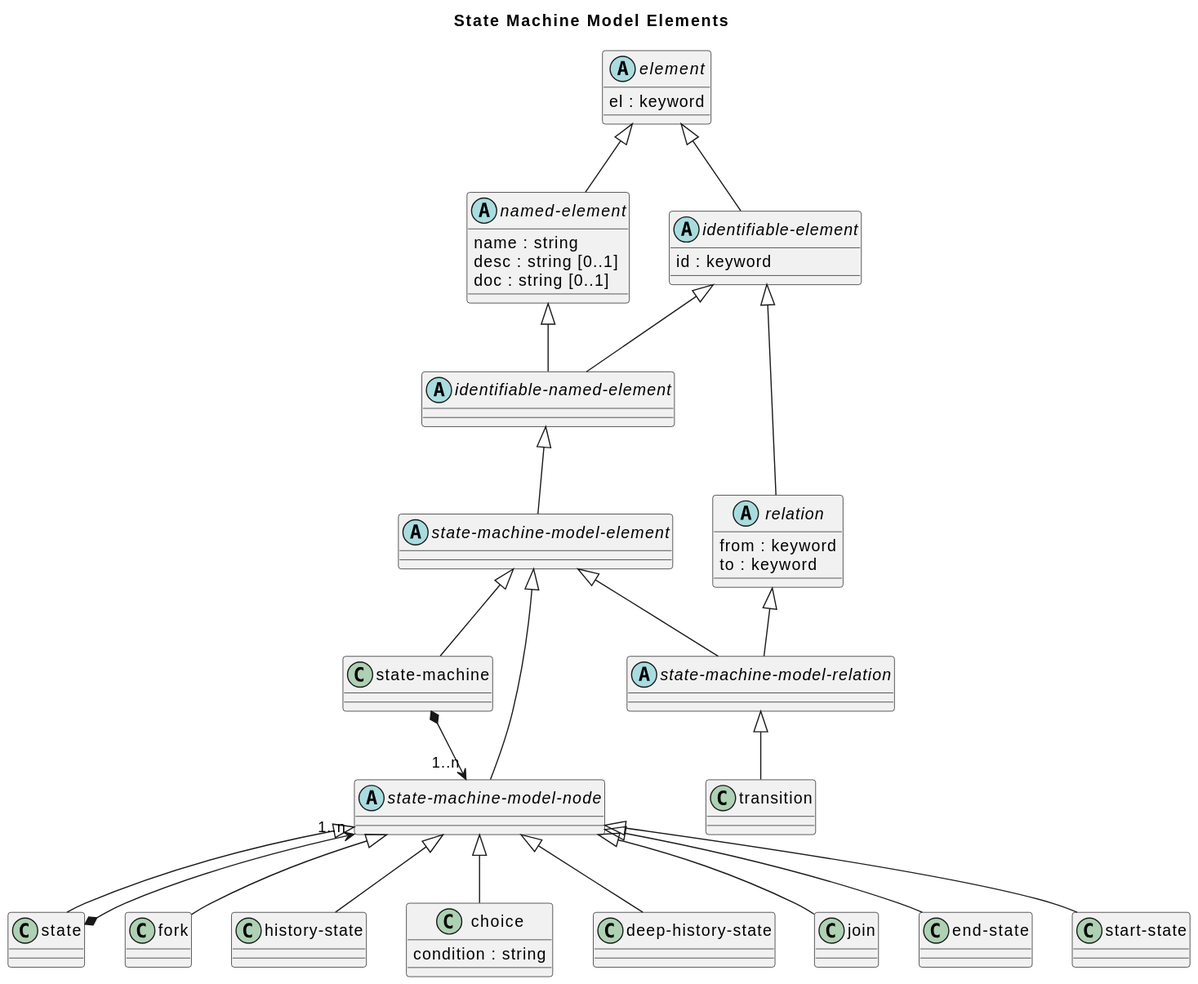
Earlier version of the PlantUML export doc/images/overarch/data-model/state-machine-model-elements.svg (soulspace-org/overarch).
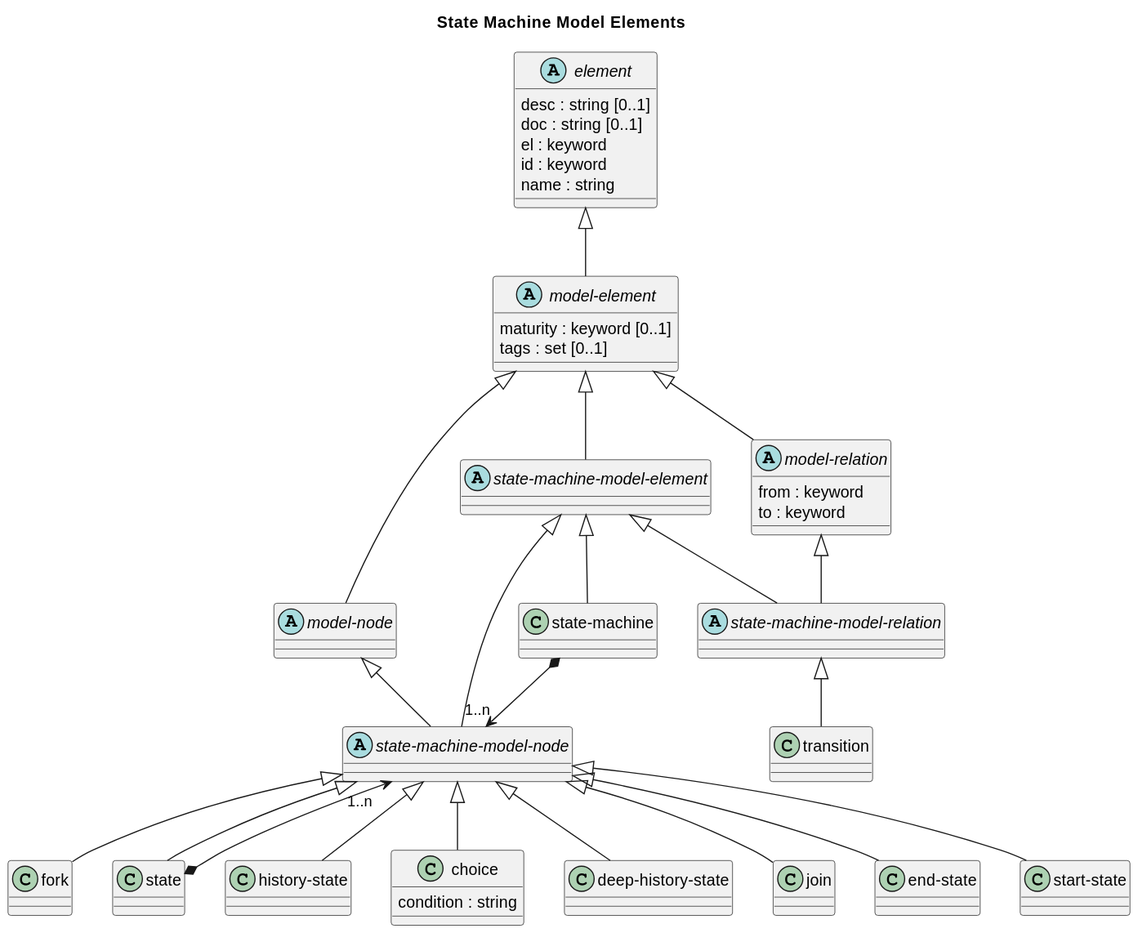
After the commit.

Commit message:
updated data-model diagrams

What changed in the source:
```diff
@@ -3,54 +3,53 @@
 
 class "fork" as overarch_dataModel_fork {}
 class "state-machine" as overarch_dataModel_stateMachine {}
-abstract class "identifiable-named-element" as overarch_dataModel_identifiableNamedElement {}
+abstract class "element" as overarch_dataModel_element {
+  desc : string [0..1]
+  doc : string [0..1]
+  el : keyword
+  id : keyword
+  name : string
+}
 class "history-state" as overarch_dataModel_historyState {}
 abstract class "state-machine-model-element" as overarch_dataModel_stateMachineModelElement {}
-abstract class "element" as overarch_dataModel_element {
-  el : keyword
-}
 class "choice" as overarch_dataModel_choice {
   condition : string
 }
 class "deep-history-state" as overarch_dataModel_deepHistoryState {}
-abstract class "relation" as overarch_dataModel_relation {
+class "state" as overarch_dataModel_state {}
+abstract class "model-node" as overarch_dataModel_modelNode {}
+abstract class "model-relation" as overarch_dataModel_modelRelation {
   from : keyword
   to : keyword
 }
-class "state" as overarch_dataModel_state {}
-abstract class "named-element" as overarch_dataModel_namedElement {
-  name : string
-  desc : string [0..1]
-  doc : string [0..1]
+abstract class "state-machine-model-relation" as overarch_dataModel_stateMachineModelRelation {}
+abstract class "model-element" as overarch_dataModel_modelElement {
+  maturity : keyword [0..1]
+  tags : set [0..1]
 }
-abstract class "identifiable-element" as overarch_dataModel_identifiableElement {
-  id : keyword
-}
-abstract class "state-machine-model-relation" as overarch_dataModel_stateMachineModelRelation {}
 class "transition" as overarch_dataModel_transition {}
 class "join" as overarch_dataModel_join {}
 class "end-state" as overarch_dataModel_endState {}
 abstract class "state-machine-model-node" as overarch_dataModel_stateMachineModelNode {}
 class "start-state" as overarch_dataModel_startState {}
-overarch_dataModel_element <|-- overarch_dataModel_identifiableElement
-overarch_dataModel_element <|-- overarch_dataModel_namedElement
-overarch_dataModel_identifiableElement <|-- overarch_dataModel_identifiableNamedElement
-overarch_dataModel_namedElement <|-- overarch_dataModel_identifiableNamedElement
-overarch_dataModel_identifiableElement <|-- overarch_dataModel_relation
-overarch_dataModel_identifiableNamedElement <|-- overarch_dataModel_stateMachineModelElement
-overarch_dataModel_stateMachineModelElement <|-- overarch_dataModel_stateMachineModelNode
-overarch_dataModel_stateMachineModelElement <|-- overarch_dataModel_stateMachineModelRelation
-overarch_dataModel_relation <|-- overarch_dataModel_stateMachineModelRelation
+overarch_dataModel_stateMachineModelNode <|-- overarch_dataModel_choice
+overarch_dataModel_element <|-- overarch_dataModel_modelElement
+overarch_dataModel_modelElement <|-- overarch_dataModel_modelNode
+overarch_dataModel_stateMachineModelRelation <|-- overarch_dataModel_transition
 overarch_dataModel_stateMachineModelElement <|-- overarch_dataModel_stateMachine
-overarch_dataModel_stateMachine *-->  "1..n" overarch_dataModel_stateMachineModelNode
-overarch_dataModel_stateMachineModelNode <|-- overarch_dataModel_startState
-overarch_dataModel_stateMachineModelNode <|-- overarch_dataModel_state
-overarch_dataModel_state *-->  "1..n" overarch_dataModel_stateMachineModelNode
 overarch_dataModel_stateMachineModelNode <|-- overarch_dataModel_endState
 overarch_dataModel_stateMachineModelNode <|-- overarch_dataModel_fork
+overarch_dataModel_modelElement <|-- overarch_dataModel_modelRelation
+overarch_dataModel_stateMachineModelNode <|-- overarch_dataModel_startState
+overarch_dataModel_modelElement <|-- overarch_dataModel_stateMachineModelElement
+overarch_dataModel_stateMachineModelNode <|-- overarch_dataModel_deepHistoryState
+overarch_dataModel_state *-->  "1..n" overarch_dataModel_stateMachineModelNode
+overarch_dataModel_modelRelation <|-- overarch_dataModel_stateMachineModelRelation
+overarch_dataModel_stateMachineModelElement <|-- overarch_dataModel_stateMachineModelRelation
+overarch_dataModel_stateMachine *-->  "1..n" overarch_dataModel_stateMachineModelNode
+overarch_dataModel_modelNode <|-- overarch_dataModel_stateMachineModelNode
+overarch_dataModel_stateMachineModelElement <|-- overarch_dataModel_stateMachineModelNode
+overarch_dataModel_stateMachineModelNode <|-- overarch_dataModel_historyState
+overarch_dataModel_stateMachineModelNode <|-- overarch_dataModel_state
 overarch_dataModel_stateMachineModelNode <|-- overarch_dataModel_join
-overarch_dataModel_stateMachineModelNode <|-- overarch_dataModel_choice
-overarch_dataModel_stateMachineModelNode <|-- overarch_dataModel_historyState
-overarch_dataModel_stateMachineModelNode <|-- overarch_dataModel_deepHistoryState
-overarch_dataModel_stateMachineModelRelation <|-- overarch_dataModel_transition
 @enduml
```
